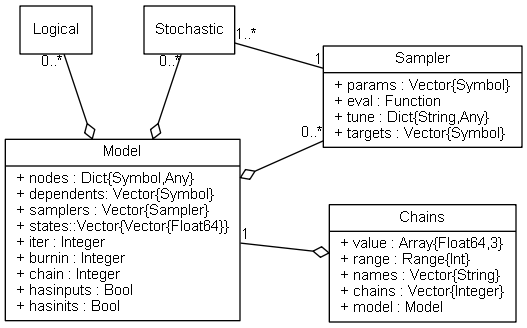
Above: doc/images/mcmcUML.png in brian-j-smith/Mamba.jl (Graphviz), before the change. Its source is kept beside it as doc/images/mcmcUML.dot. Its diagram source:
```dot
graph MCMC {
    fontname = "Helvetica"
    fontsize = 11

    node [fontname = "Helvetica", fontsize = 11, shape = record]

    edge [fontname = "Helvetica", fontsize = 11, dir = both, arrowtail = none, arrowhead = none]

    Logical [label = "{Logical}", pos="0,175"]

    Stochastic [label = "{Stochastic}", pos="100,175"]

    Sampler [label = "{Sampler|+ params : Vector\{Symbol\}\l+ eval : Function\l+ tune : Dict\{String,Any\}\l+ targets : Vector\{Symbol\}\l}", pos="275,125"]

    Model [label = "{Model|+ nodes : Dict\{Symbol,Any\}\l+ dependents: Vector\{Symbol\}\l+ samplers : Vector\{Sampler\}\l+ states::Vector\{Vector\{Float64\}\}\l+ iter : Integer\l+ burnin : Integer\l+ chain : Integer\l+ hasinputs : Bool\l+ hasinits : Bool\l}", pos="50,25"]

    Chains [label = "{Chains|+ value : Array\{Float64,3\}\l+ range : Range\{Int\}\l+ names : Vector\{String\}\l+ chains : Vector\{Integer\}\l+ model : Model\l}", pos="275,0"]

    Sampler -- Stochastic[taillabel = "1", headlabel = "1..*"]
    Model -- Sampler[arrowtail = odiamond, headlabel = "0..*"]
    Model -- Logical[arrowtail = odiamond, headlabel = "0..*"]
    Model -- Stochastic[arrowtail = odiamond, headlabel = "0..*"]
    Chains -- Model[arrowtail = odiamond, headlabel = "1"]

}
```
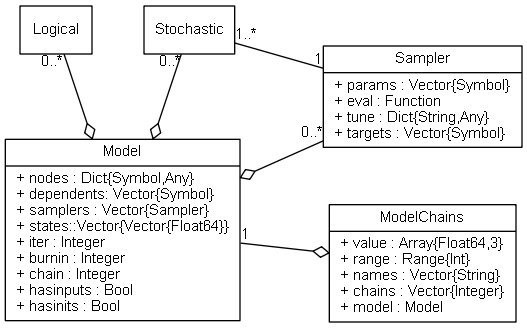
Later version of the same file.

The edit, as a diff of the source:
```diff
@@ -14,12 +14,12 @@
 
     Model [label = "{Model|+ nodes : Dict\{Symbol,Any\}\l+ dependents: Vector\{Symbol\}\l+ samplers : Vector\{Sampler\}\l+ states::Vector\{Vector\{Float64\}\}\l+ iter : Integer\l+ burnin : Integer\l+ chain : Integer\l+ hasinputs : Bool\l+ hasinits : Bool\l}", pos="50,25"]
 
-    Chains [label = "{Chains|+ value : Array\{Float64,3\}\l+ range : Range\{Int\}\l+ names : Vector\{String\}\l+ chains : Vector\{Integer\}\l+ model : Model\l}", pos="275,0"]
+    ModelChains [label = "{ModelChains|+ value : Array\{Float64,3\}\l+ range : Range\{Int\}\l+ names : Vector\{String\}\l+ chains : Vector\{Integer\}\l+ model : Model\l}", pos="275,0"]
 
     Sampler -- Stochastic[taillabel = "1", headlabel = "1..*"]
     Model -- Sampler[arrowtail = odiamond, headlabel = "0..*"]
     Model -- Logical[arrowtail = odiamond, headlabel = "0..*"]
     Model -- Stochastic[arrowtail = odiamond, headlabel = "0..*"]
-    Chains -- Model[arrowtail = odiamond, headlabel = "1"]
+    ModelChains -- Model[arrowtail = odiamond, headlabel = "1"]
 
 }
```
